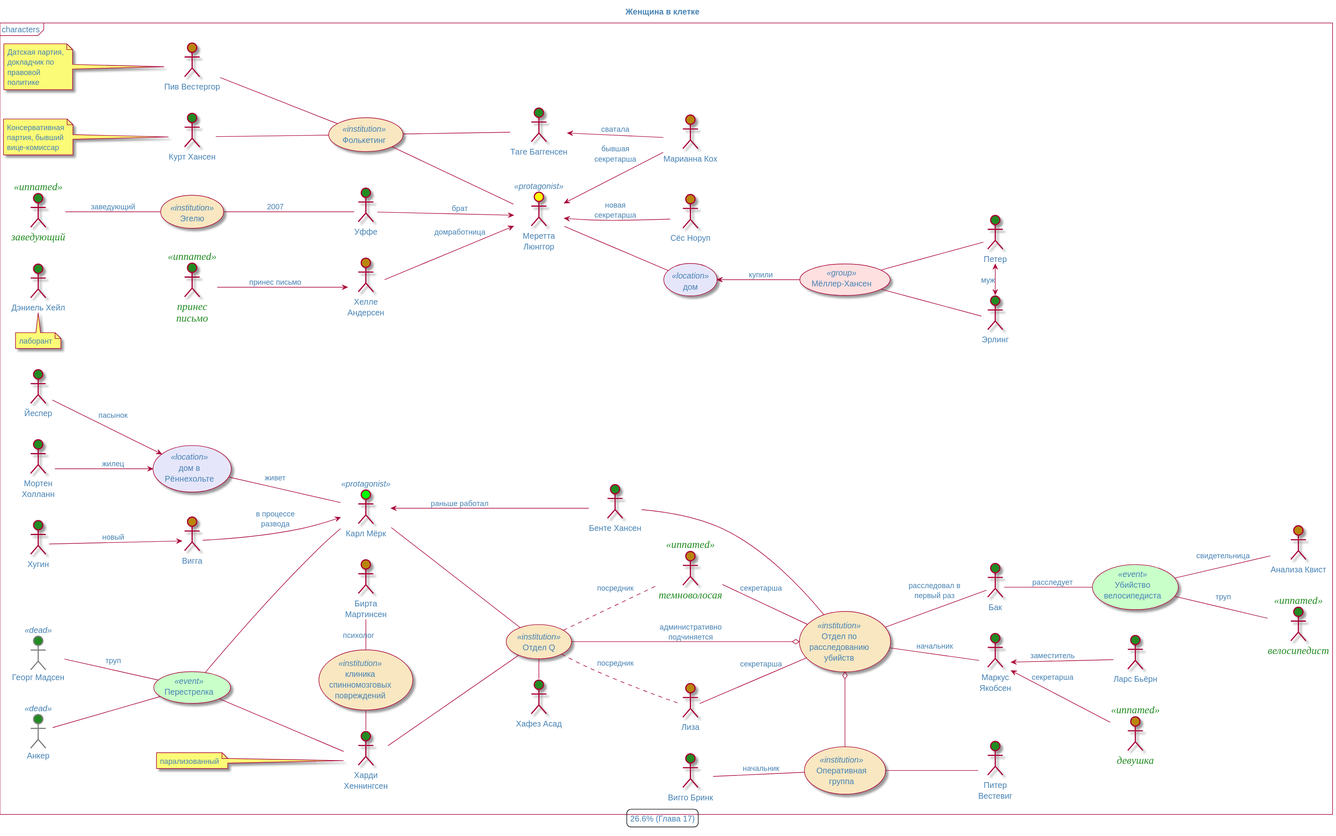
olek3/reading keeps this PlantUML diagram as adler-olsen/caged_woman-__.svg. Above is the earlier version.
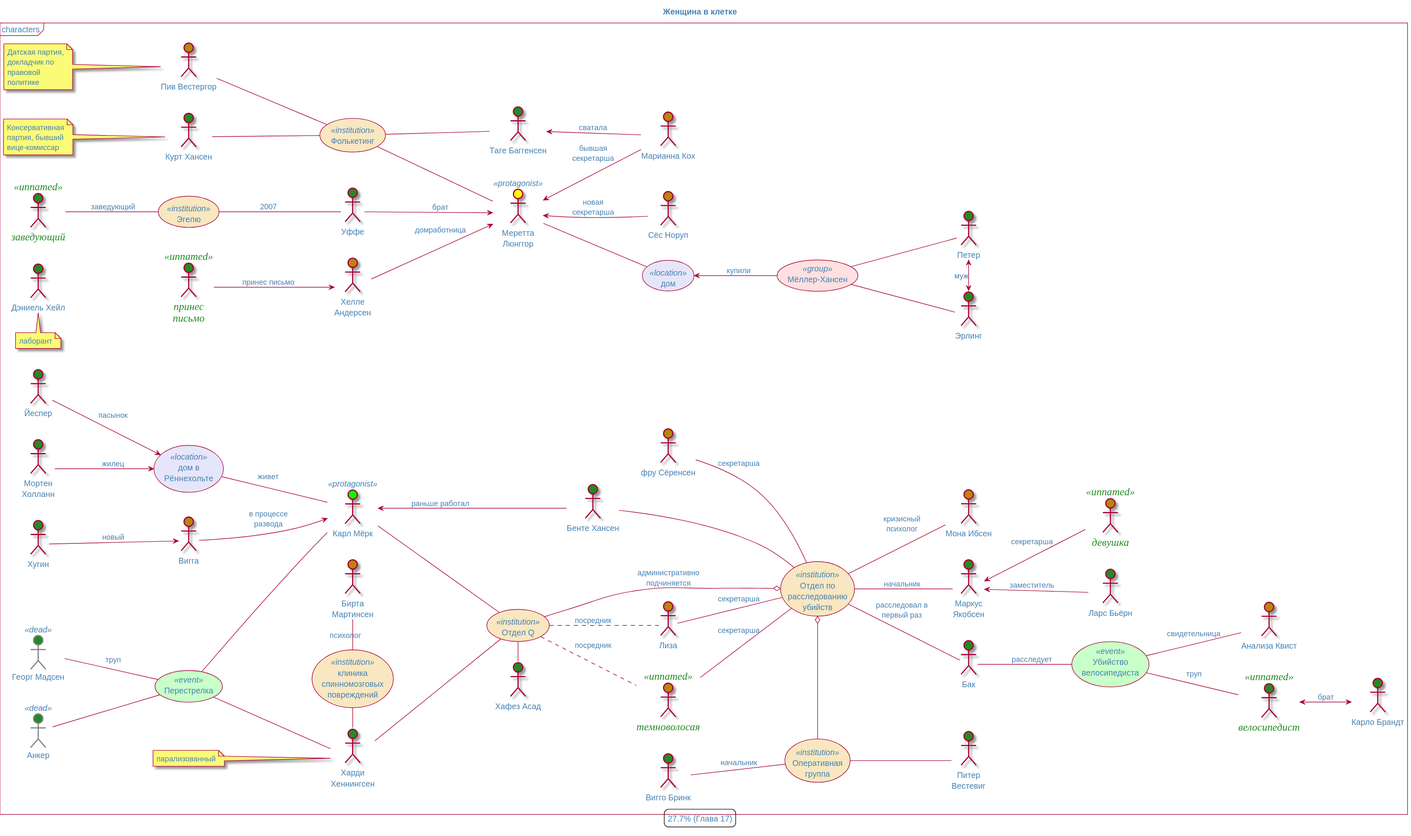
The same file after the commit.

Commit message:
фру Сёренсен и Мона Ибсен

What changed in the source:
```diff
@@ -8,7 +8,7 @@
 
 title Женщина в клетке
 mainframe characters
-legend : 26.6% (Глава 17)
+legend : 27.7% (Глава 17)
 
 :Меретта Люнггор: as caged  $female_protagonist
 
@@ -180,4 +180,14 @@
 :велосипедист: as cycler <<unnamed>> $male
 cyclerMurder -- witness : свидетельница
 cyclerMurder -- cycler : труп
+
+ :Карло Брандт: as rocker $male
+cycler <--> rocker : брат
+
+:фру Сёренсен: as sheWolf $female
+sheWolf -- murders : секретарша
+
+:Мона Ибсен: as shrink $female
+
+murders -- shrink : кризисный психолог
 @enduml
```
